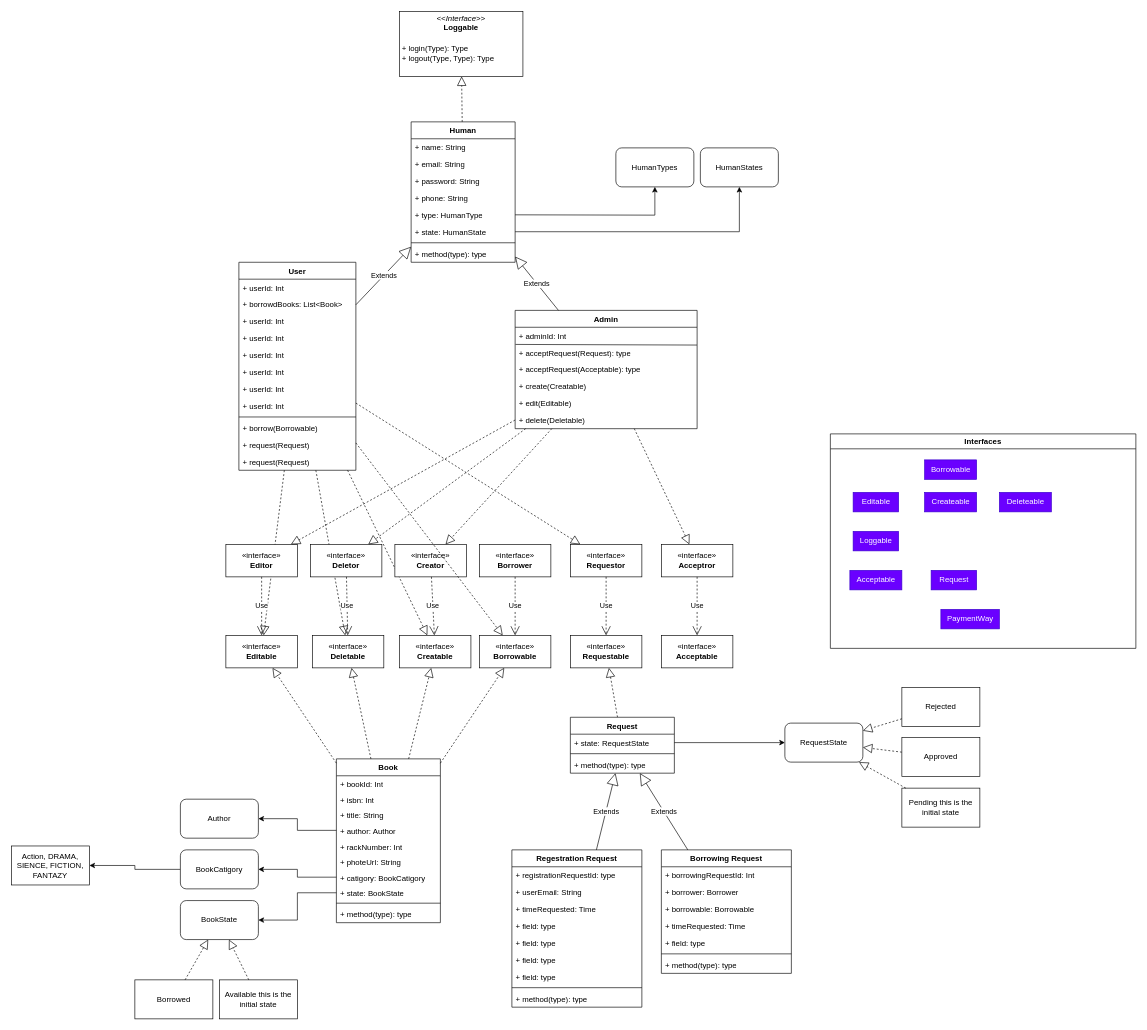
Above: design/class/classDiagram.drawio in Boodyahmedhamdy/LSP (draw.io), before the change. Source tidied: cells renumbered, new cells numbered last; positions are measured from the earlier drawing's top-left corner, leaving out a move shared by most shapes. Both pictures are drawn from the tidied source at 65%, with x=0, y=0 at pixel (11, 11).
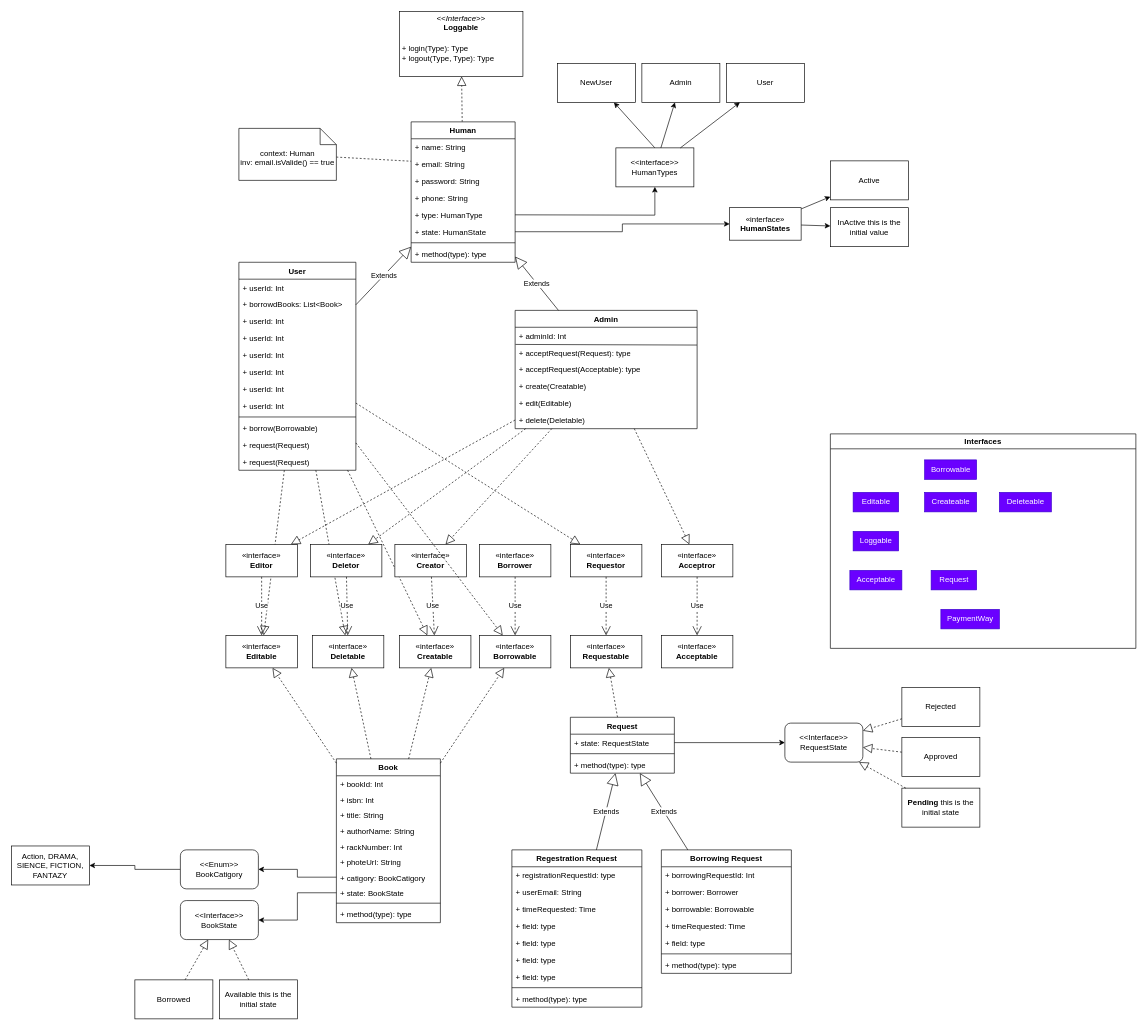
Above is the later version.

Unchanged cells that the change refers to:
```xml
<mxCell id="32" value="Book" style="swimlane;fontStyle=1;align=center;verticalAlign=top;horizontal=1;startSize=26;whiteSpace=wrap;html=1;" parent="1" vertex="1">
  <mxGeometry x="500" y="1150" width="160" height="252" as="geometry" />
</mxCell>
```

Diff of the diagram source:
```diff
@@
+    <mxCell id="136" style="rounded=0;jettySize=auto;html=1;exitX=0;exitY=0;exitDx=120;exitDy=42.5;exitPerimeter=0;endArrow=none;endFill=0;dashed=1;" parent="1" edge="1" source="148" target="25">
+      <mxGeometry relative="1" as="geometry" />
+    </mxCell>
@@
-    <mxCell id="23" value="Human" style="swimlane;fontStyle=1;align=center;verticalAlign=top;horizontal=1;startSize=26;whiteSpace=wrap;html=1;" parent="1" vertex="1">
-      <mxGeometry x="615" y="170" width="160" height="216" as="geometry" />
-    </mxCell>
-    <mxCell id="24" value="+ name: String" style="text;strokeColor=none;fillColor=none;align=left;verticalAlign=top;spacingLeft=4;spacingRight=4;overflow=hidden;whiteSpace=wrap;html=1;" parent="23" vertex="1">
-      <mxGeometry y="26" width="160" height="26" as="geometry" />
-    </mxCell>
-    <mxCell id="25" value="+ email: String" style="text;strokeColor=none;fillColor=none;align=left;verticalAlign=top;spacingLeft=4;spacingRight=4;overflow=hidden;points=[[0,0.5],[1,0.5]];portConstraint=eastwest;whiteSpace=wrap;html=1;" parent="23" vertex="1">
-      <mxGeometry y="52" width="160" height="26" as="geometry" />
-    </mxCell>
-    <mxCell id="26" value="+ password: String" style="text;strokeColor=none;fillColor=none;align=left;verticalAlign=top;spacingLeft=4;spacingRight=4;overflow=hidden;whiteSpace=wrap;html=1;" parent="23" vertex="1">
-      <mxGeometry y="78" width="160" height="26" as="geometry" />
-    </mxCell>
-    <mxCell id="27" value="+ phone: String" style="text;strokeColor=none;fillColor=none;align=left;verticalAlign=top;spacingLeft=4;spacingRight=4;overflow=hidden;whiteSpace=wrap;html=1;" parent="23" vertex="1">
-      <mxGeometry y="104" width="160" height="26" as="geometry" />
-    </mxCell>
-    <mxCell id="28" value="+ type: HumanType" style="text;strokeColor=none;fillColor=none;align=left;verticalAlign=top;spacingLeft=4;spacingRight=4;overflow=hidden;whiteSpace=wrap;html=1;" parent="23" vertex="1">
-      <mxGeometry y="130" width="160" height="26" as="geometry" />
-    </mxCell>
-    <mxCell id="29" value="+ state: HumanState" style="text;strokeColor=none;fillColor=none;align=left;verticalAlign=top;spacingLeft=4;spacingRight=4;overflow=hidden;points=[[0,0.5],[1,0.5]];portConstraint=eastwest;whiteSpace=wrap;html=1;" parent="23" vertex="1">
-      <mxGeometry y="156" width="160" height="26" as="geometry" />
-    </mxCell>
-    <mxCell id="30" style="line;strokeWidth=1;fillColor=none;align=left;verticalAlign=middle;spacingTop=-1;spacingLeft=3;spacingRight=3;labelPosition=right;strokeColor=inherit;" parent="23" vertex="1">
-      <mxGeometry y="182" width="160" height="8" as="geometry" />
-    </mxCell>
-    <mxCell id="31" value="+ method(type): type" style="text;strokeColor=none;fillColor=none;align=left;verticalAlign=top;spacingLeft=4;spacingRight=4;overflow=hidden;whiteSpace=wrap;html=1;" parent="23" vertex="1">
-      <mxGeometry y="190" width="160" height="26" as="geometry" />
-    </mxCell>
@@
-    <mxCell id="36" value="+ author: Author" style="text;strokeColor=none;fillColor=none;align=left;verticalAlign=top;spacingLeft=4;spacingRight=4;overflow=hidden;points=[[0,0.5],[1,0.5]];portConstraint=eastwest;whiteSpace=wrap;html=1;" parent="32" vertex="1">
+    <mxCell id="36" value="+ authorName: String" style="text;strokeColor=none;fillColor=none;align=left;verticalAlign=top;spacingLeft=4;spacingRight=4;overflow=hidden;points=[[0,0.5],[1,0.5]];portConstraint=eastwest;whiteSpace=wrap;html=1;" parent="32" vertex="1">
       <mxGeometry y="98" width="160" height="24" as="geometry" />
     </mxCell>
@@
+    <mxCell id="137" style="rounded=0;jettySize=auto;html=1;exitX=0.5;exitY=0;exitDx=0;exitDy=0;" parent="1" edge="1" source="106" target="141">
+      <mxGeometry relative="1" as="geometry" />
+    </mxCell>
-    <mxCell id="106" value="HumanTypes" style="rounded=1;whiteSpace=wrap;html=1;" parent="1" vertex="1">
+    <mxCell id="106" value="&amp;lt;&amp;lt;interface&amp;gt;&amp;gt;&lt;br&gt;HumanTypes" style="html=1;whiteSpace=wrap;" parent="1" vertex="1">
       <mxGeometry x="930" y="210" width="120" height="60" as="geometry" />
     </mxCell>
@@
-    <mxCell id="108" style="edgeStyle=orthogonalEdgeStyle;rounded=0;jettySize=auto;html=1;exitX=1;exitY=0.5;exitDx=0;exitDy=0;" parent="1" edge="1" source="29" target="109">
+    <mxCell id="108" style="edgeStyle=orthogonalEdgeStyle;rounded=0;jettySize=auto;html=1;exitX=1;exitY=0.5;exitDx=0;exitDy=0;" parent="1" edge="1" source="29" target="147">
       <mxGeometry relative="1" as="geometry" />
     </mxCell>
-    <mxCell id="109" value="HumanStates" style="rounded=1;whiteSpace=wrap;html=1;" parent="1" vertex="1">
-      <mxGeometry x="1060" y="210" width="120" height="60" as="geometry" />
-    </mxCell>
+    <mxCell id="138" style="rounded=0;jettySize=auto;html=1;" parent="1" edge="1" source="147" target="144">
+      <mxGeometry relative="1" as="geometry" />
+    </mxCell>
@@
-    <mxCell id="111" value="BookCatigory" style="rounded=1;whiteSpace=wrap;html=1;" parent="1" vertex="1">
+    <mxCell id="111" value="&amp;lt;&amp;lt;Enum&amp;gt;&amp;gt;&lt;br&gt;BookCatigory" style="rounded=1;whiteSpace=wrap;html=1;" parent="1" vertex="1">
       <mxGeometry x="260" y="1290" width="120" height="60" as="geometry" />
     </mxCell>
@@
-    <mxCell id="113" value="Author" style="rounded=1;whiteSpace=wrap;html=1;" parent="1" vertex="1">
-      <mxGeometry x="260" y="1212" width="120" height="60" as="geometry" />
-    </mxCell>
-    <mxCell id="114" style="edgeStyle=orthogonalEdgeStyle;rounded=0;jettySize=auto;html=1;exitX=0;exitY=0.5;exitDx=0;exitDy=0;" parent="1" edge="1" source="36" target="113">
-      <mxGeometry relative="1" as="geometry" />
-    </mxCell>
-    <mxCell id="115" value="BookState" style="rounded=1;whiteSpace=wrap;html=1;" parent="1" vertex="1">
+    <mxCell id="115" value="&amp;lt;&amp;lt;Interface&amp;gt;&amp;gt;&lt;br&gt;BookState" style="rounded=1;whiteSpace=wrap;html=1;" parent="1" vertex="1">
       <mxGeometry x="260" y="1368" width="120" height="60" as="geometry" />
     </mxCell>
@@
-    <mxCell id="117" value="RequestState" style="rounded=1;whiteSpace=wrap;html=1;" parent="1" vertex="1">
+    <mxCell id="117" value="&amp;lt;&amp;lt;Interface&amp;gt;&amp;gt;&lt;br&gt;RequestState" style="rounded=1;whiteSpace=wrap;html=1;" parent="1" vertex="1">
       <mxGeometry x="1190" y="1095" width="120" height="60" as="geometry" />
     </mxCell>
@@
-    <mxCell id="125" value="Pending this is the initial state" style="rounded=0;whiteSpace=wrap;html=1;" parent="1" vertex="1">
+    <mxCell id="125" value="&lt;b&gt;Pending&lt;/b&gt; this is the initial state" style="rounded=0;whiteSpace=wrap;html=1;" parent="1" vertex="1">
       <mxGeometry x="1370" y="1195" width="120" height="60" as="geometry" />
     </mxCell>
@@
+    <mxCell id="139" value="Admin" style="rounded=0;whiteSpace=wrap;html=1;" parent="1" vertex="1">
+      <mxGeometry x="970" y="80" width="120" height="60" as="geometry" />
+    </mxCell>
+    <mxCell id="140" value="User" style="rounded=0;whiteSpace=wrap;html=1;" parent="1" vertex="1">
+      <mxGeometry x="1100" y="80" width="120" height="60" as="geometry" />
+    </mxCell>
+    <mxCell id="141" value="NewUser" style="rounded=0;whiteSpace=wrap;html=1;" parent="1" vertex="1">
+      <mxGeometry x="840" y="80" width="120" height="60" as="geometry" />
+    </mxCell>
+    <mxCell id="142" style="rounded=0;jettySize=auto;html=1;" parent="1" edge="1" source="106" target="139">
+      <mxGeometry relative="1" as="geometry" />
+    </mxCell>
+    <mxCell id="143" style="rounded=0;jettySize=auto;html=1;" parent="1" edge="1" source="106" target="140">
+      <mxGeometry relative="1" as="geometry" />
+    </mxCell>
+    <mxCell id="144" value="Active" style="rounded=0;whiteSpace=wrap;html=1;" parent="1" vertex="1">
+      <mxGeometry x="1260" y="230" width="120" height="60" as="geometry" />
+    </mxCell>
+    <mxCell id="145" value="InActive this is the initial value" style="rounded=0;whiteSpace=wrap;html=1;" parent="1" vertex="1">
+      <mxGeometry x="1260" y="302" width="120" height="60" as="geometry" />
+    </mxCell>
+    <mxCell id="146" style="rounded=0;jettySize=auto;html=1;" parent="1" edge="1" source="147" target="145">
+      <mxGeometry relative="1" as="geometry" />
+    </mxCell>
+    <mxCell id="147" value="«interface»&lt;br&gt;&lt;b&gt;HumanStates&lt;/b&gt;" style="html=1;whiteSpace=wrap;" parent="1" vertex="1">
+      <mxGeometry x="1105" y="302" width="110" height="50" as="geometry" />
+    </mxCell>
+    <mxCell id="148" value="context: Human&lt;br&gt;inv: email.isValide() == true" style="shape=note2;boundedLbl=1;whiteSpace=wrap;html=1;size=25;verticalAlign=top;align=center;" parent="1" vertex="1">
+      <mxGeometry x="350" y="180" width="150" height="80" as="geometry" />
+    </mxCell>
+    <mxCell id="23" value="Human" style="swimlane;fontStyle=1;align=center;verticalAlign=top;horizontal=1;startSize=26;whiteSpace=wrap;html=1;" parent="1" vertex="1">
+      <mxGeometry x="615" y="170" width="160" height="216" as="geometry" />
+    </mxCell>
+    <mxCell id="24" value="+ name: String" style="text;strokeColor=none;fillColor=none;align=left;verticalAlign=top;spacingLeft=4;spacingRight=4;overflow=hidden;whiteSpace=wrap;html=1;" parent="23" vertex="1">
+      <mxGeometry y="26" width="160" height="26" as="geometry" />
+    </mxCell>
+    <mxCell id="25" value="+ email: String" style="text;strokeColor=none;fillColor=none;align=left;verticalAlign=top;spacingLeft=4;spacingRight=4;overflow=hidden;points=[[0,0.5],[1,0.5]];portConstraint=eastwest;whiteSpace=wrap;html=1;" parent="23" vertex="1">
+      <mxGeometry y="52" width="160" height="26" as="geometry" />
+    </mxCell>
+    <mxCell id="26" value="+ password: String" style="text;strokeColor=none;fillColor=none;align=left;verticalAlign=top;spacingLeft=4;spacingRight=4;overflow=hidden;whiteSpace=wrap;html=1;" parent="23" vertex="1">
+      <mxGeometry y="78" width="160" height="26" as="geometry" />
+    </mxCell>
+    <mxCell id="27" value="+ phone: String" style="text;strokeColor=none;fillColor=none;align=left;verticalAlign=top;spacingLeft=4;spacingRight=4;overflow=hidden;whiteSpace=wrap;html=1;" parent="23" vertex="1">
+      <mxGeometry y="104" width="160" height="26" as="geometry" />
+    </mxCell>
+    <mxCell id="28" value="+ type: HumanType" style="text;strokeColor=none;fillColor=none;align=left;verticalAlign=top;spacingLeft=4;spacingRight=4;overflow=hidden;whiteSpace=wrap;html=1;" parent="23" vertex="1">
+      <mxGeometry y="130" width="160" height="26" as="geometry" />
+    </mxCell>
+    <mxCell id="29" value="+ state: HumanState" style="text;strokeColor=none;fillColor=none;align=left;verticalAlign=top;spacingLeft=4;spacingRight=4;overflow=hidden;points=[[0,0.5],[1,0.5]];portConstraint=eastwest;whiteSpace=wrap;html=1;" parent="23" vertex="1">
+      <mxGeometry y="156" width="160" height="26" as="geometry" />
+    </mxCell>
+    <mxCell id="30" style="line;strokeWidth=1;fillColor=none;align=left;verticalAlign=middle;spacingTop=-1;spacingLeft=3;spacingRight=3;labelPosition=right;strokeColor=inherit;" parent="23" vertex="1">
+      <mxGeometry y="182" width="160" height="8" as="geometry" />
+    </mxCell>
+    <mxCell id="31" value="+ method(type): type" style="text;strokeColor=none;fillColor=none;align=left;verticalAlign=top;spacingLeft=4;spacingRight=4;overflow=hidden;whiteSpace=wrap;html=1;" parent="23" vertex="1">
+      <mxGeometry y="190" width="160" height="26" as="geometry" />
+    </mxCell>
```
